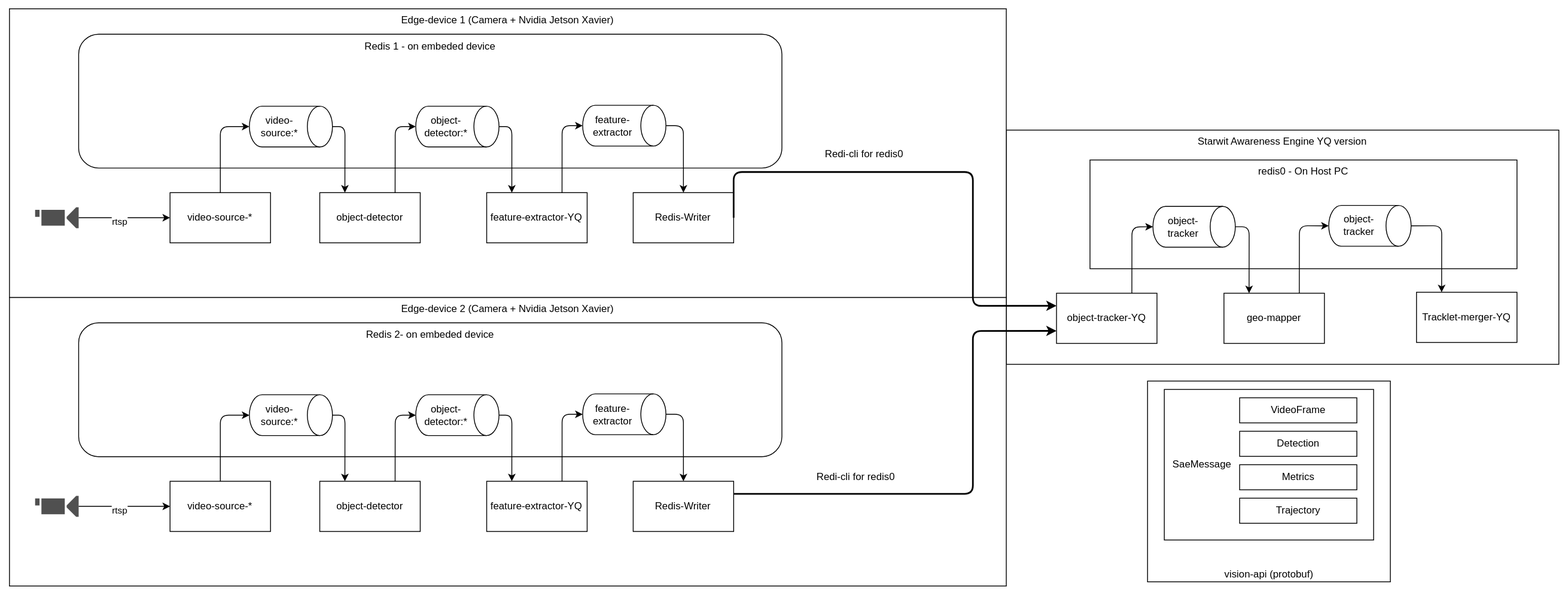
siri-rouser/Multi-Camera-Vision-Pipeline-YQ keeps this draw.io diagram as doc/pipeline.drawio.svg. Above is the earlier version. Source tidied: cells renumbered, new cells last; positions are measured from the earlier drawing's top-left corner, leaving out a move shared by most shapes.
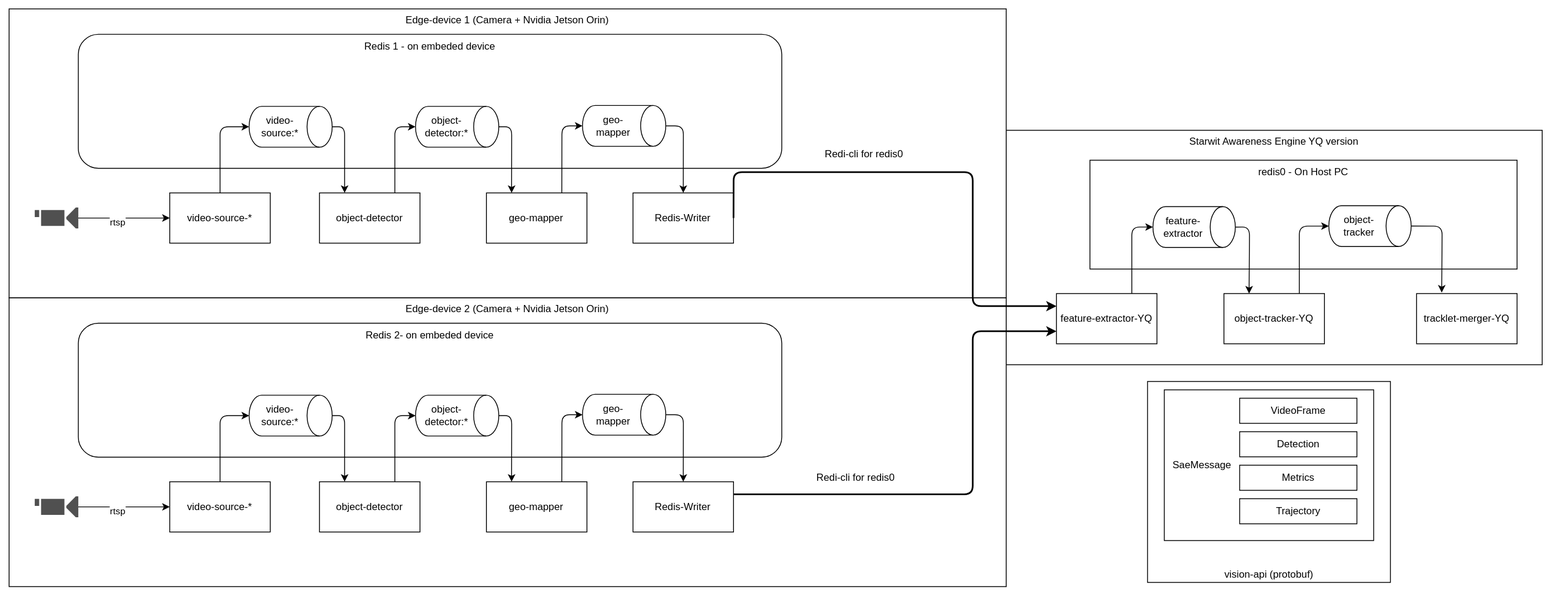
Above is the later version.

Diff of the diagram source:
```diff
@@ -3,7 +3,7 @@
     <mxCell id="0" />
     <mxCell id="1" parent="0" />
     <mxCell id="2" value="Starwit Awareness Engine YQ version" style="rounded=0;whiteSpace=wrap;html=1;verticalAlign=top;" parent="1" vertex="1">
-      <mxGeometry x="1191" y="145" width="660" height="280" as="geometry" />
+      <mxGeometry x="1191" y="145" width="640" height="280" as="geometry" />
     </mxCell>
     <mxCell id="3" style="edgeStyle=none;html=1;exitX=0.75;exitY=1;exitDx=0;exitDy=0;" parent="1" edge="1" source="4">
       <mxGeometry relative="1" as="geometry">
@@ -36,40 +36,39 @@
     <mxCell id="11" style="edgeStyle=orthogonalEdgeStyle;html=1;exitX=0.75;exitY=0;exitDx=0;exitDy=0;entryX=0.5;entryY=1;entryDx=0;entryDy=0;entryPerimeter=0;" parent="1" edge="1" source="12" target="14">
       <mxGeometry relative="1" as="geometry" />
     </mxCell>
-    <mxCell id="12" value="object-tracker-YQ" style="rounded=0;whiteSpace=wrap;html=1;" parent="1" vertex="1">
+    <mxCell id="12" value="feature-extractor-YQ" style="rounded=0;whiteSpace=wrap;html=1;" parent="1" vertex="1">
       <mxGeometry x="1251" y="340" width="120" height="60" as="geometry" />
     </mxCell>
-    <mxCell id="13" style="edgeStyle=orthogonalEdgeStyle;html=1;exitX=0.5;exitY=0;exitDx=0;exitDy=0;exitPerimeter=0;entryX=0.25;entryY=0;entryDx=0;entryDy=0;" parent="1" edge="1" source="14" target="16">
-      <mxGeometry relative="1" as="geometry" />
+    <mxCell id="13" style="edgeStyle=orthogonalEdgeStyle;html=1;exitX=0.5;exitY=0;exitDx=0;exitDy=0;exitPerimeter=0;entryX=0.25;entryY=0;entryDx=0;entryDy=0;" parent="1" edge="1" source="14">
+      <mxGeometry relative="1" as="geometry">
+        <mxPoint x="1481" y="340" as="targetPoint" />
+      </mxGeometry>
     </mxCell>
-    <mxCell id="14" value="object-tracker" style="shape=cylinder3;whiteSpace=wrap;html=1;boundedLbl=1;backgroundOutline=1;size=15;rotation=90;horizontal=0;" parent="1" vertex="1">
+    <mxCell id="14" value="feature-extractor" style="shape=cylinder3;whiteSpace=wrap;html=1;boundedLbl=1;backgroundOutline=1;size=15;rotation=90;horizontal=0;" parent="1" vertex="1">
       <mxGeometry x="1391" y="211.4" width="48.8" height="98.4" as="geometry" />
     </mxCell>
     <mxCell id="15" value="Trajectory" style="rounded=0;whiteSpace=wrap;html=1;" parent="1" vertex="1">
       <mxGeometry x="1469.8" y="585" width="140" height="30" as="geometry" />
     </mxCell>
-    <mxCell id="16" value="&lt;span style=&quot;font-weight: 400;&quot;&gt;geo-mapper&lt;/span&gt;" style="rounded=0;whiteSpace=wrap;html=1;fontStyle=1;" parent="1" vertex="1">
-      <mxGeometry x="1451" y="340" width="120" height="60" as="geometry" />
-    </mxCell>
-    <mxCell id="17" style="edgeStyle=orthogonalEdgeStyle;html=1;entryX=0.5;entryY=1;entryDx=0;entryDy=0;entryPerimeter=0;exitX=0.75;exitY=0;exitDx=0;exitDy=0;" parent="1" edge="1" source="16" target="19">
+    <mxCell id="17" style="edgeStyle=orthogonalEdgeStyle;html=1;entryX=0.5;entryY=1;entryDx=0;entryDy=0;entryPerimeter=0;exitX=0.75;exitY=0;exitDx=0;exitDy=0;" parent="1" edge="1" target="19">
       <mxGeometry relative="1" as="geometry">
+        <mxPoint x="1541" y="340" as="sourcePoint" />
         <Array as="points">
           <mxPoint x="1541" y="259" />
         </Array>
       </mxGeometry>
     </mxCell>
-    <mxCell id="18" style="edgeStyle=orthogonalEdgeStyle;html=1;exitX=0.5;exitY=0;exitDx=0;exitDy=0;exitPerimeter=0;entryX=0.25;entryY=0;entryDx=0;entryDy=0;" parent="1" edge="1" source="19" target="21">
-      <mxGeometry relative="1" as="geometry" />
+    <mxCell id="18" style="edgeStyle=orthogonalEdgeStyle;html=1;exitX=0.5;exitY=0;exitDx=0;exitDy=0;exitPerimeter=0;entryX=0.25;entryY=0;entryDx=0;entryDy=0;" parent="1" edge="1" source="19">
+      <mxGeometry relative="1" as="geometry">
+        <mxPoint x="1711" y="338.8" as="targetPoint" />
+      </mxGeometry>
     </mxCell>
     <mxCell id="19" value="object-tracker" style="shape=cylinder3;whiteSpace=wrap;html=1;boundedLbl=1;backgroundOutline=1;size=15;rotation=90;horizontal=0;" parent="1" vertex="1">
       <mxGeometry x="1601" y="210.2" width="48.8" height="98.4" as="geometry" />
     </mxCell>
-    <mxCell id="20" value="Edge-device 2 (Camera + Nvidia Jetson Xavier)" style="rounded=0;whiteSpace=wrap;html=1;verticalAlign=top;" parent="1" vertex="1">
+    <mxCell id="20" value="Edge-device 2 (Camera + Nvidia Jetson Orin)" style="rounded=0;whiteSpace=wrap;html=1;verticalAlign=top;" parent="1" vertex="1">
       <mxGeometry x="0.4" y="345" width="1190.6" height="345" as="geometry" />
     </mxCell>
-    <mxCell id="21" value="&lt;span style=&quot;font-weight: normal;&quot;&gt;Tracklet-merger-YQ&lt;/span&gt;" style="rounded=0;whiteSpace=wrap;html=1;fontStyle=1;" parent="1" vertex="1">
-      <mxGeometry x="1681" y="338.8" width="120" height="60" as="geometry" />
-    </mxCell>
     <mxCell id="22" value="video-source-*" style="rounded=0;whiteSpace=wrap;html=1;" parent="1" vertex="1">
       <mxGeometry x="192.2" y="564.8" width="120" height="60" as="geometry" />
     </mxCell>
@@ -85,7 +84,7 @@
     <mxCell id="26" value="object-detector" style="rounded=0;whiteSpace=wrap;html=1;" parent="1" vertex="1">
       <mxGeometry x="371" y="564.8" width="120" height="60" as="geometry" />
     </mxCell>
-    <mxCell id="27" value="feature-extractor-YQ" style="rounded=0;whiteSpace=wrap;html=1;" parent="1" vertex="1">
+    <mxCell id="27" value="geo-mapper" style="rounded=0;whiteSpace=wrap;html=1;" parent="1" vertex="1">
       <mxGeometry x="570.4" y="564.8" width="120" height="60" as="geometry" />
     </mxCell>
     <mxCell id="28" style="rounded=1;whiteSpace=wrap;html=1;" parent="1" vertex="1">
@@ -106,7 +105,7 @@
     <mxCell id="33" style="edgeStyle=orthogonalEdgeStyle;html=1;exitX=0.5;exitY=0;exitDx=0;exitDy=0;exitPerimeter=0;entryX=0.5;entryY=0;entryDx=0;entryDy=0;" parent="1" edge="1" source="34" target="38">
       <mxGeometry relative="1" as="geometry" />
     </mxCell>
-    <mxCell id="34" value="feature-extractor" style="shape=cylinder3;whiteSpace=wrap;html=1;boundedLbl=1;backgroundOutline=1;size=15;rotation=90;horizontal=0;" parent="1" vertex="1">
+    <mxCell id="34" value="geo-mapper" style="shape=cylinder3;whiteSpace=wrap;html=1;boundedLbl=1;backgroundOutline=1;size=15;rotation=90;horizontal=0;" parent="1" vertex="1">
       <mxGeometry x="710.4" y="435" width="48.8" height="99.4" as="geometry" />
     </mxCell>
     <mxCell id="35" style="edgeStyle=orthogonalEdgeStyle;html=1;entryX=0.5;entryY=1;entryDx=0;entryDy=0;entryPerimeter=0;" parent="1" edge="1" source="22" target="30">
@@ -135,7 +134,7 @@
     <mxCell id="41" value="Redi-cli for redis0" style="text;html=1;strokeColor=none;fillColor=none;align=center;verticalAlign=middle;whiteSpace=wrap;rounded=0;" parent="1" vertex="1">
       <mxGeometry x="951" y="545" width="121" height="30" as="geometry" />
     </mxCell>
-    <mxCell id="42" value="Edge-device 1 (Camera + Nvidia Jetson Xavier)" style="rounded=0;whiteSpace=wrap;html=1;verticalAlign=top;" parent="1" vertex="1">
+    <mxCell id="42" value="Edge-device 1 (Camera + Nvidia Jetson Orin)" style="rounded=0;whiteSpace=wrap;html=1;verticalAlign=top;" parent="1" vertex="1">
       <mxGeometry x="0.4" width="1190.6" height="345" as="geometry" />
     </mxCell>
     <mxCell id="43" value="video-source-*" style="rounded=0;whiteSpace=wrap;html=1;" parent="1" vertex="1">
@@ -153,7 +152,7 @@
     <mxCell id="47" value="object-detector" style="rounded=0;whiteSpace=wrap;html=1;" parent="1" vertex="1">
       <mxGeometry x="371" y="219.8" width="120" height="60" as="geometry" />
     </mxCell>
-    <mxCell id="48" value="feature-extractor-YQ" style="rounded=0;whiteSpace=wrap;html=1;" parent="1" vertex="1">
+    <mxCell id="48" value="geo-mapper" style="rounded=0;whiteSpace=wrap;html=1;" parent="1" vertex="1">
       <mxGeometry x="570.4" y="219.8" width="120" height="60" as="geometry" />
     </mxCell>
     <mxCell id="49" style="rounded=1;whiteSpace=wrap;html=1;" parent="1" vertex="1">
@@ -174,7 +173,7 @@
     <mxCell id="54" style="edgeStyle=orthogonalEdgeStyle;html=1;exitX=0.5;exitY=0;exitDx=0;exitDy=0;exitPerimeter=0;entryX=0.5;entryY=0;entryDx=0;entryDy=0;" parent="1" edge="1" source="55" target="59">
       <mxGeometry relative="1" as="geometry" />
     </mxCell>
-    <mxCell id="55" value="feature-extractor" style="shape=cylinder3;whiteSpace=wrap;html=1;boundedLbl=1;backgroundOutline=1;size=15;rotation=90;horizontal=0;" parent="1" vertex="1">
+    <mxCell id="55" value="geo-mapper" style="shape=cylinder3;whiteSpace=wrap;html=1;boundedLbl=1;backgroundOutline=1;size=15;rotation=90;horizontal=0;" parent="1" vertex="1">
       <mxGeometry x="710.4" y="90" width="48.8" height="99.4" as="geometry" />
     </mxCell>
     <mxCell id="56" style="edgeStyle=orthogonalEdgeStyle;html=1;entryX=0.5;entryY=1;entryDx=0;entryDy=0;entryPerimeter=0;" parent="1" edge="1" source="43" target="51">
@@ -206,5 +205,11 @@
     <mxCell id="63" value="&lt;font color=&quot;#ffffff&quot;&gt;Connected by internet or ethernet cable&lt;/font&gt;" style="text;html=1;align=center;verticalAlign=middle;whiteSpace=wrap;rounded=0;" parent="1" vertex="1">
       <mxGeometry x="1031" y="355" width="130" height="30" as="geometry" />
     </mxCell>
+    <mxCell id="64" value="object-tracker-YQ" style="rounded=0;whiteSpace=wrap;html=1;" parent="1" vertex="1">
+      <mxGeometry x="1451" y="340" width="120" height="60" as="geometry" />
+    </mxCell>
+    <mxCell id="65" value="tracklet-merger-YQ" style="rounded=0;whiteSpace=wrap;html=1;" parent="1" vertex="1">
+      <mxGeometry x="1681" y="340" width="120" height="60" as="geometry" />
+    </mxCell>
   </root>
 </mxGraphModel>
```
